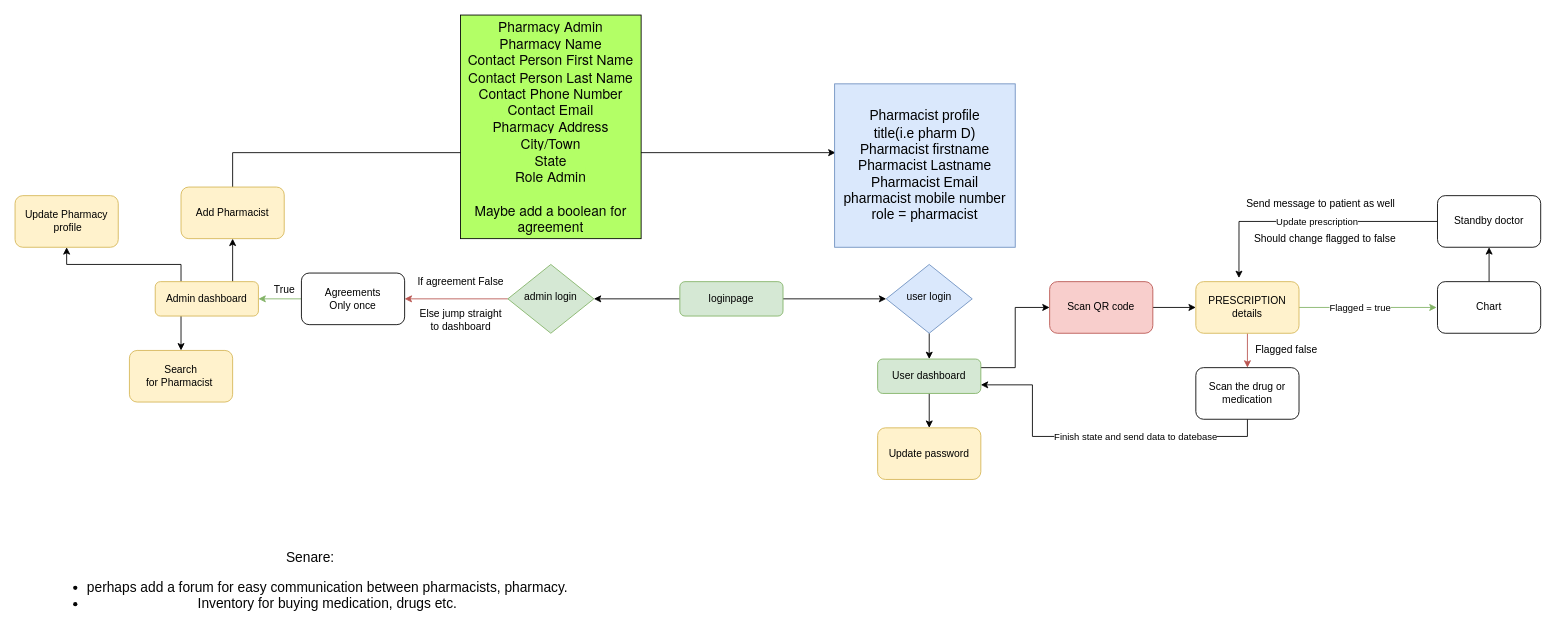
devopsw18/docs keeps this draw.io diagram as docs/ui/Untitled Diagram.drawio. Above is the earlier version. Source tidied: cells renumbered, new cells numbered last; positions are measured from the earlier drawing's top-left corner, leaving out a move shared by most shapes. Both pictures are drawn from the tidied source at 86%, with x=0, y=0 at pixel (15, 15).
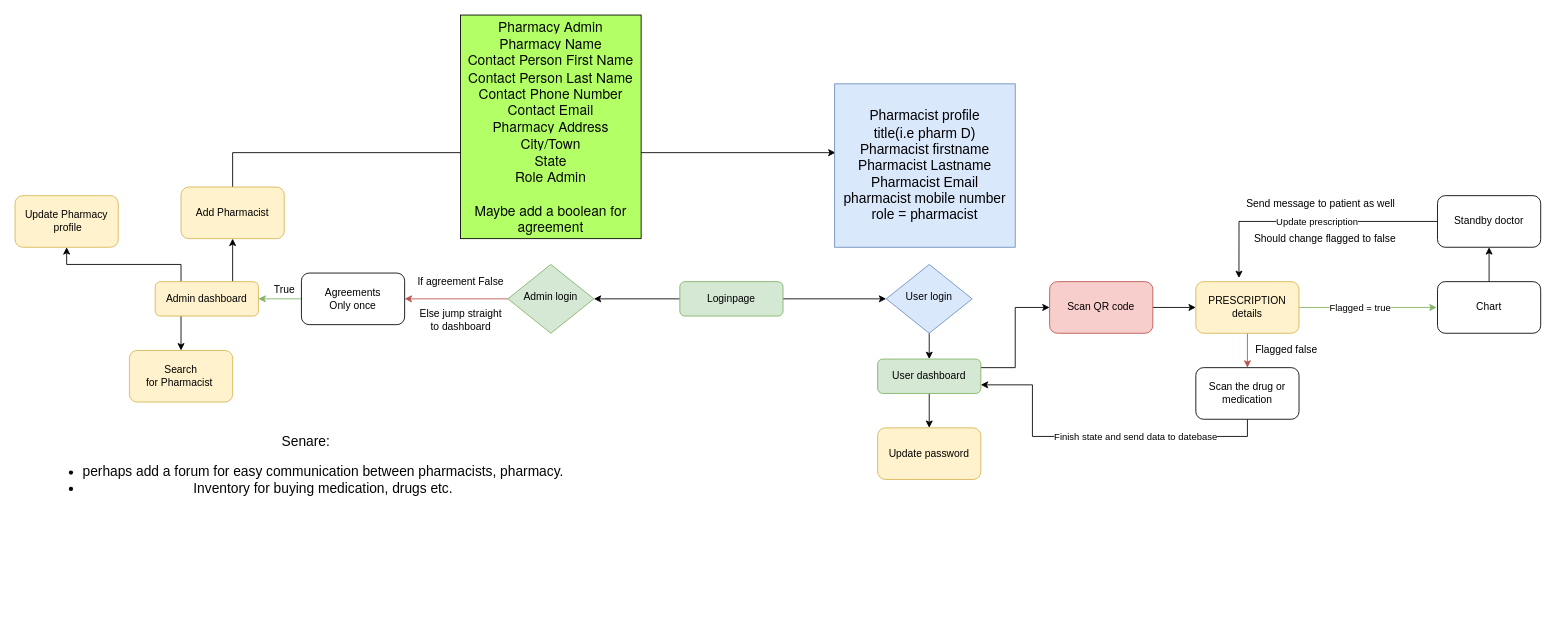
Above is the later version.

The edit, as a diff of the source:
```diff
@@
-    <mxCell id="4" value="loginpage" style="rounded=1;whiteSpace=wrap;html=1;fontSize=12;glass=0;strokeWidth=1;shadow=0;fillColor=#d5e8d4;strokeColor=#82b366;" parent="1" vertex="1">
+    <mxCell id="4" value="Loginpage" style="rounded=1;whiteSpace=wrap;html=1;fontSize=12;glass=0;strokeWidth=1;shadow=0;fillColor=#d5e8d4;strokeColor=#82b366;" parent="1" vertex="1">
       <mxGeometry x="773" y="310" width="120" height="40" as="geometry" />
     </mxCell>
@@
-    <mxCell id="6" value="user login" style="rhombus;whiteSpace=wrap;html=1;shadow=0;fontFamily=Helvetica;fontSize=12;align=center;strokeWidth=1;spacing=6;spacingTop=-4;fillColor=#dae8fc;strokeColor=#6c8ebf;" parent="1" vertex="1">
+    <mxCell id="6" value="User login" style="rhombus;whiteSpace=wrap;html=1;shadow=0;fontFamily=Helvetica;fontSize=12;align=center;strokeWidth=1;spacing=6;spacingTop=-4;fillColor=#dae8fc;strokeColor=#6c8ebf;" parent="1" vertex="1">
       <mxGeometry x="1013" y="290" width="100" height="80" as="geometry" />
     </mxCell>
@@
-    <mxCell id="11" value="admin login" style="rhombus;whiteSpace=wrap;html=1;shadow=0;fontFamily=Helvetica;fontSize=12;align=center;strokeWidth=1;spacing=6;spacingTop=-4;fillColor=#d5e8d4;strokeColor=#82b366;" parent="1" vertex="1">
+    <mxCell id="11" value="Admin login" style="rhombus;whiteSpace=wrap;html=1;shadow=0;fontFamily=Helvetica;fontSize=12;align=center;strokeWidth=1;spacing=6;spacingTop=-4;fillColor=#d5e8d4;strokeColor=#82b366;" parent="1" vertex="1">
       <mxGeometry x="573" y="290" width="100" height="80" as="geometry" />
     </mxCell>
@@
     <mxCell id="46" value="Senare: &lt;br&gt;&lt;ul&gt;&lt;li&gt;perhaps add a forum for easy communication between pharmacists, pharmacy.&lt;/li&gt;&lt;li&gt;Inventory for buying medication, drugs etc.&lt;/li&gt;&lt;/ul&gt;" style="text;html=1;align=center;verticalAlign=middle;strokeColor=none;fillColor=none;fontSize=16;fontColor=#050505;" parent="1" vertex="1">
-      <mxGeometry x="38" y="620" width="610" height="90" as="geometry" />
+      <mxGeometry x="33" y="486" width="610" height="90" as="geometry" />
     </mxCell>
```
